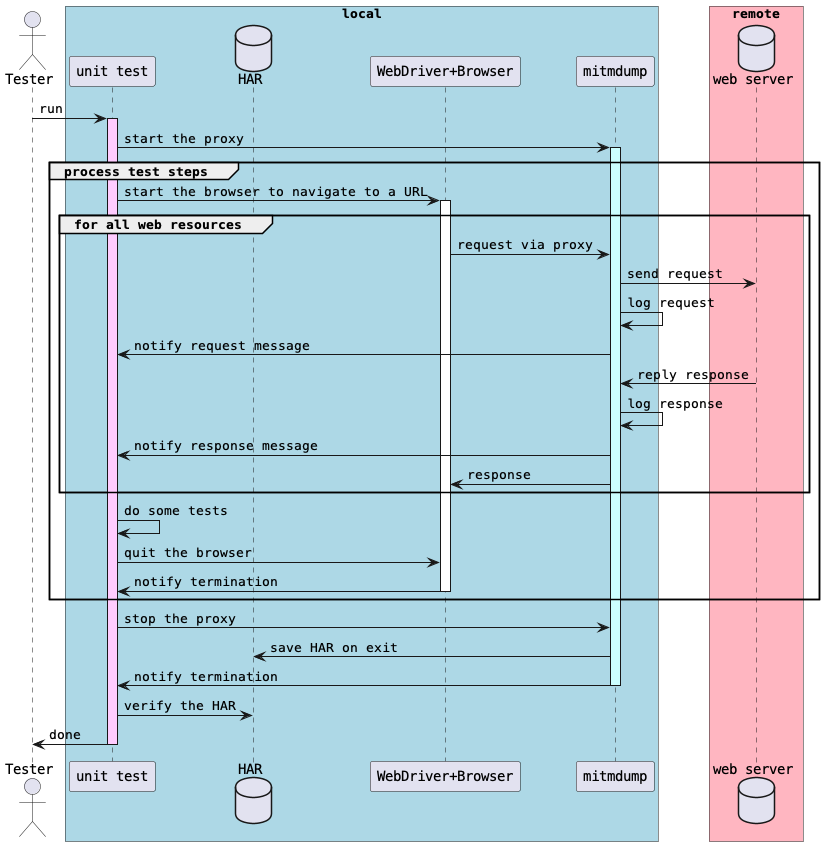
This is docs/diagrams/out/sequence.png from kazurayam/mitmproxy-lesson, a PlantUML export, as it was before one commit. The source it was exported from:
```plantuml
@startuml sequence

skinparam defaultFontName Courier

actor       Tester      as tester
box "local" #LightBlue
participant "unit test" as script
database    HAR         as har
participant "WebDriver+Browser" as browser
participant mitmdump    as proxy
end box

box "remote" #LightPink
database    "web server"   as server
end box

tester   -> script      : run
activate script #FFccFF
script   -> proxy      : start the proxy
activate proxy #ccFFFF
group process test steps
script   -> browser    : start the browser to navigate to a URL
activate browser
group for all web resources
browser  -> proxy      : request via proxy
proxy    -> server     : send request
proxy    -> proxy      : log request
proxy    -> script     : notify request message
server   -> proxy      : reply response
proxy    -> proxy      : log response
proxy    -> script     : notify response message
proxy    -> browser    : response
end
script   -> script     : do some tests
script   -> browser    : quit the browser
browser  -> script     : notify termination
deactivate browser
end
script   -> proxy      : stop the proxy
proxy    -> har        : save HAR on exit
proxy    -> script     : notify termination
deactivate proxy
script   -> har        : verify the HAR
script   -> tester     : done
deactivate script
@enduml
```
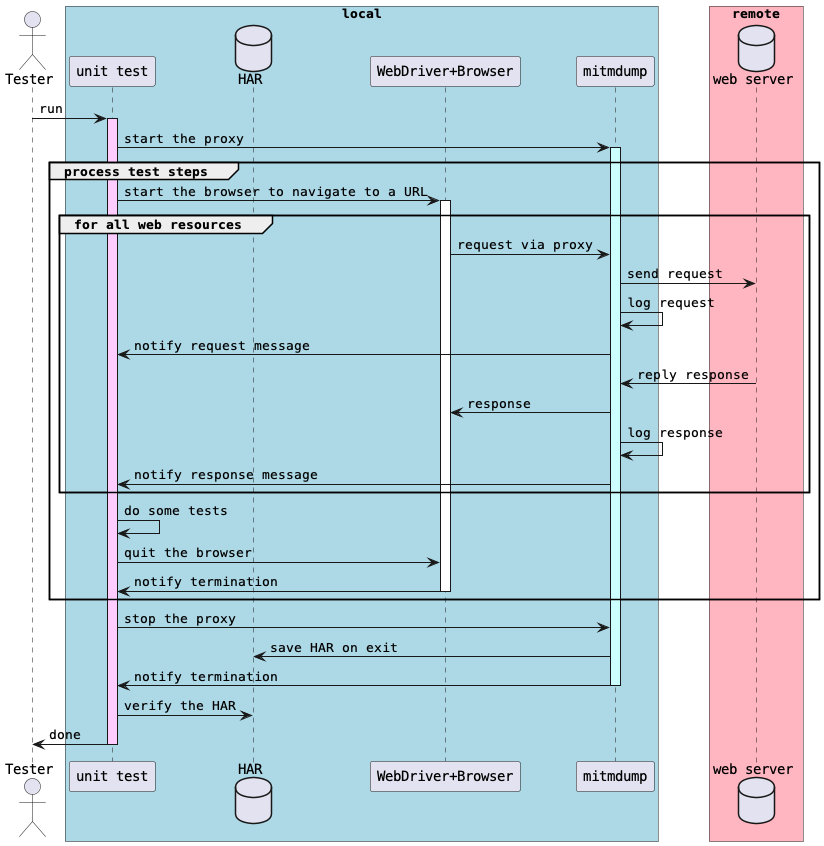
The same diagram one commit later.

What changed in the source:
```diff
@@ -27,9 +27,9 @@
 proxy    -> proxy      : log request
 proxy    -> script     : notify request message
 server   -> proxy      : reply response
+proxy    -> browser    : response
 proxy    -> proxy      : log response
 proxy    -> script     : notify response message
-proxy    -> browser    : response
 end
 script   -> script     : do some tests
 script   -> browser    : quit the browser
```
